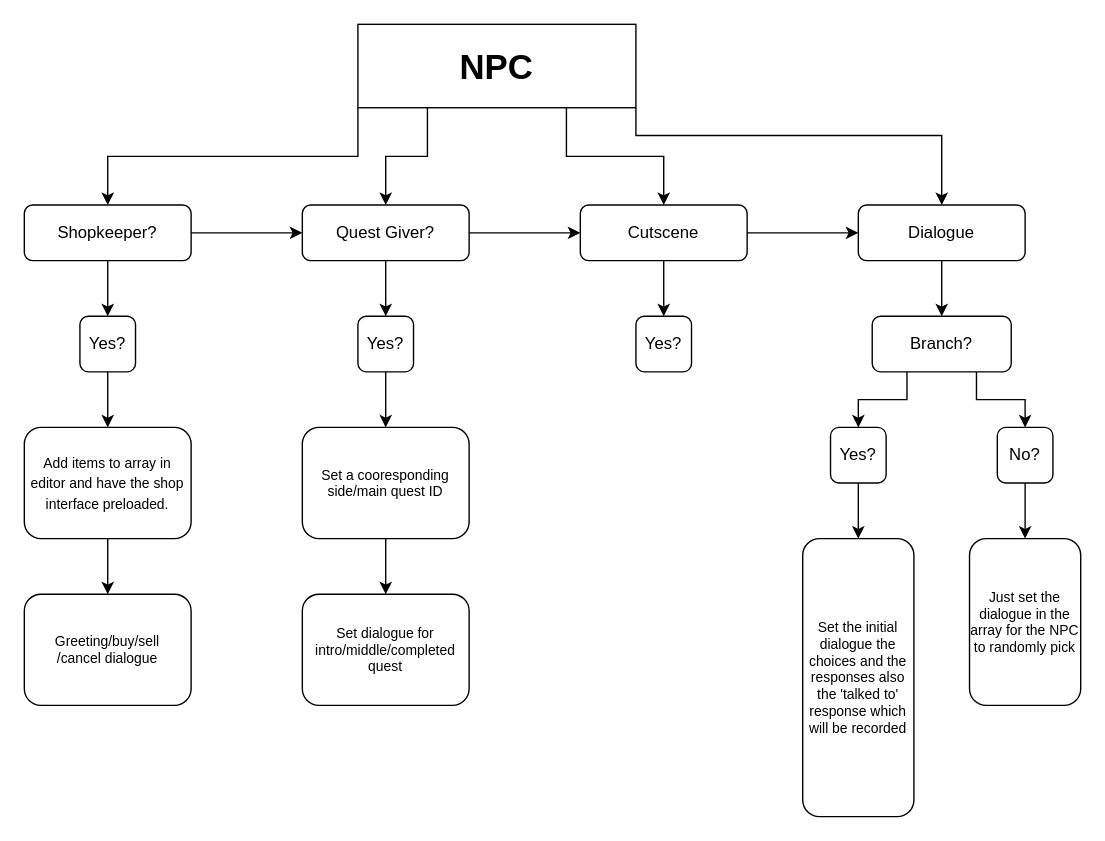
Earlier version of the draw.io diagram Notes/charts/npc.drawio (ChrisGlenn/tdats). Source tidied: cells renumbered, new cells numbered last; positions are measured from the earlier drawing's top-left corner, leaving out a move shared by most shapes. Both pictures are drawn from the tidied source at 139%, with x=0, y=0 at pixel (24, 24).
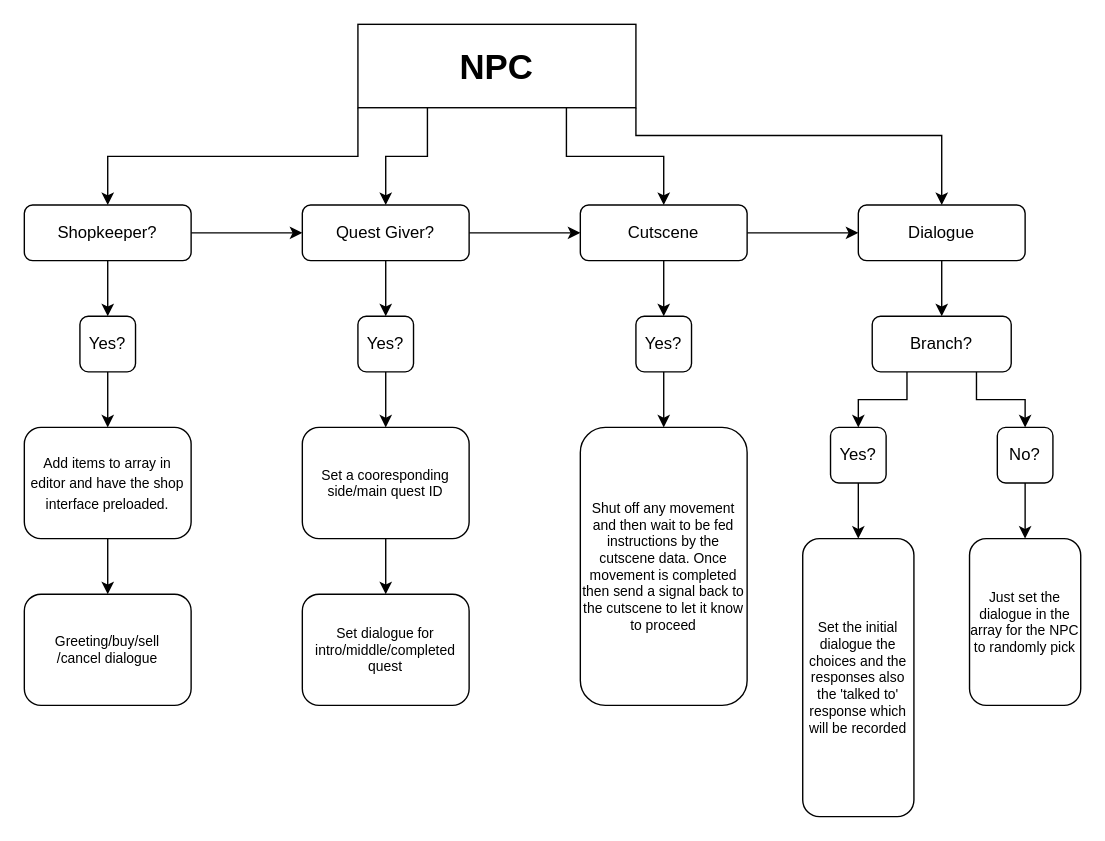
After the change.

The change refers to these unchanged cells:
```xml
<mxCell id="27" value="Yes?" style="rounded=1;whiteSpace=wrap;html=1;" parent="1" vertex="1">
  <mxGeometry x="440" y="210" width="40" height="40" as="geometry" />
</mxCell>
```

The edit, as a diff of the source:
```diff
@@
+    <mxCell id="38" style="edgeStyle=orthogonalEdgeStyle;rounded=0;jettySize=auto;html=1;exitX=0.5;exitY=1;exitDx=0;exitDy=0;entryX=0.5;entryY=0;entryDx=0;entryDy=0;" parent="1" edge="1" source="27" target="39">
+      <mxGeometry relative="1" as="geometry" />
+    </mxCell>
@@
+    <mxCell id="39" value="Shut off any movement and then wait to be fed instructions by the cutscene data. Once movement is completed then send a signal back to the cutscene to let it know to proceed" style="rounded=1;whiteSpace=wrap;html=1;fontSize=10;" parent="1" vertex="1">
+      <mxGeometry x="400" y="290" width="120" height="200" as="geometry" />
+    </mxCell>
```
